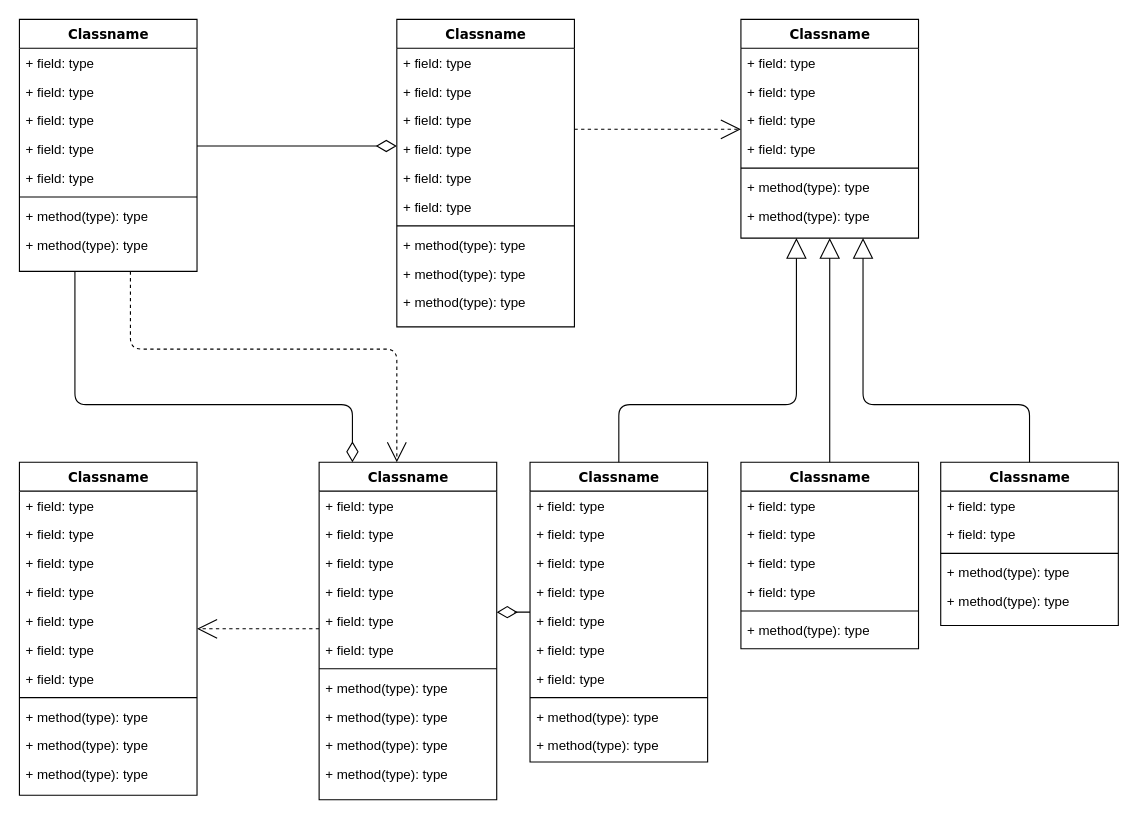
affan002/ERD_lab keeps this draw.io diagram as oopproject.drawio. Above is the earlier version. Source tidied: cells renumbered, new cells numbered last; positions are measured from the earlier drawing's top-left corner, leaving out a move shared by most shapes. Both pictures are drawn from the tidied source at 111%, with x=0, y=0 at pixel (19, 19).
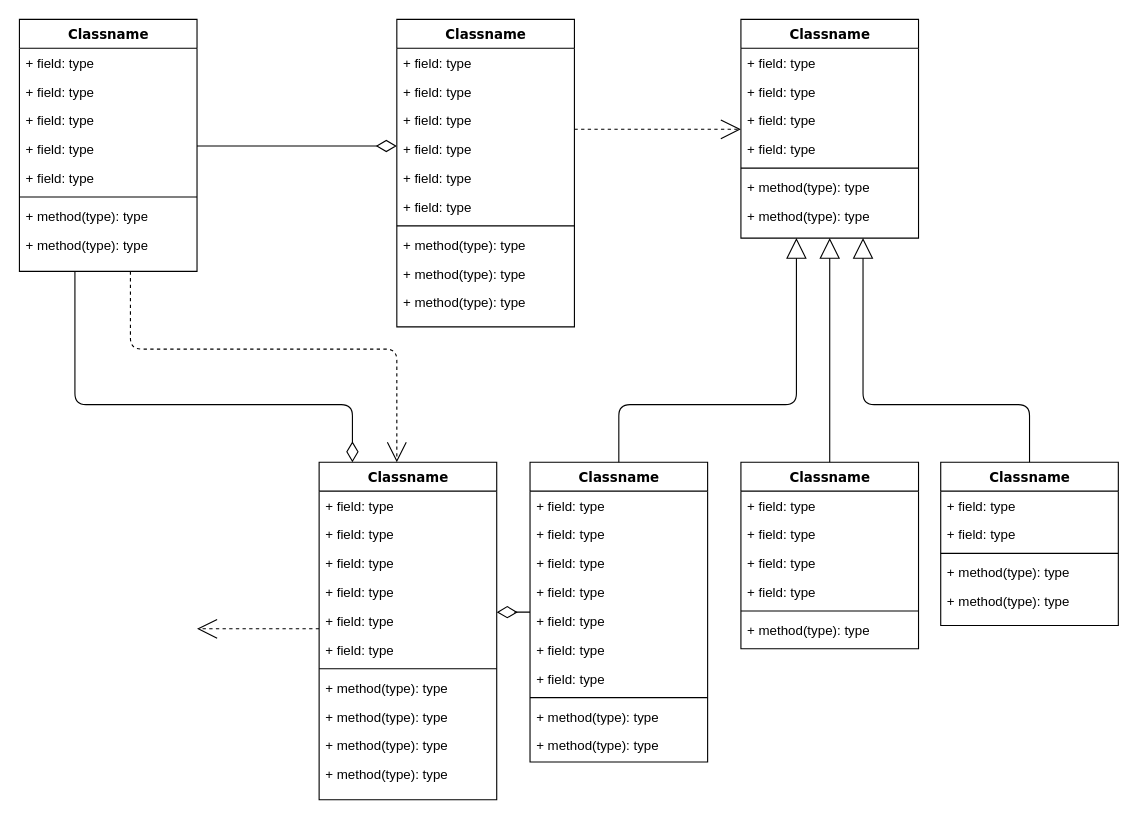
The same page after the edit.

The change refers to these unchanged cells:
```xml
<mxCell id="47" value="Classname" style="swimlane;html=1;fontStyle=1;align=center;verticalAlign=top;horizontal=1;startSize=26;swimlaneFillColor=#ffffff;rounded=0;shadow=0;comic=0;labelBackgroundColor=none;strokeWidth=1;fillColor=none;fontFamily=Verdana;fontSize=12;" parent="1" vertex="1">
  <mxGeometry x="270" y="399" width="160" height="304" as="geometry" />
</mxCell>
```

What changed in the source:
```diff
@@
-    <mxCell id="33" style="edgeStyle=elbowEdgeStyle;html=1;labelBackgroundColor=none;startFill=0;startSize=8;endArrow=open;endFill=0;endSize=16;fontFamily=Verdana;fontSize=12;elbow=vertical;dashed=1;" parent="1" edge="1" source="47" target="34">
-      <mxGeometry relative="1" as="geometry" />
+    <mxCell id="33" style="edgeStyle=elbowEdgeStyle;html=1;labelBackgroundColor=none;startFill=0;startSize=8;endArrow=open;endFill=0;endSize=16;fontFamily=Verdana;fontSize=12;elbow=vertical;dashed=1;" parent="1" edge="1" source="47">
+      <mxGeometry relative="1" as="geometry">
+        <mxPoint x="160" y="549" as="targetPoint" />
+      </mxGeometry>
     </mxCell>
-    <mxCell id="34" value="Classname" style="swimlane;html=1;fontStyle=1;align=center;verticalAlign=top;horizontal=1;startSize=26;swimlaneFillColor=#ffffff;rounded=0;shadow=0;comic=0;labelBackgroundColor=none;strokeWidth=1;fillColor=none;fontFamily=Verdana;fontSize=12;" parent="1" vertex="1">
-      <mxGeometry y="399" width="160" height="300" as="geometry" />
-    </mxCell>
-    <mxCell id="35" value="+ field: type" style="text;html=1;strokeColor=none;fillColor=none;align=left;verticalAlign=top;spacingLeft=4;spacingRight=4;whiteSpace=wrap;overflow=hidden;" parent="34" vertex="1">
-      <mxGeometry y="26" width="160" height="26" as="geometry" />
-    </mxCell>
-    <mxCell id="36" value="+ field: type" style="text;html=1;strokeColor=none;fillColor=none;align=left;verticalAlign=top;spacingLeft=4;spacingRight=4;whiteSpace=wrap;overflow=hidden;" parent="34" vertex="1">
-      <mxGeometry y="52" width="160" height="26" as="geometry" />
-    </mxCell>
-    <mxCell id="37" value="+ field: type" style="text;html=1;strokeColor=none;fillColor=none;align=left;verticalAlign=top;spacingLeft=4;spacingRight=4;whiteSpace=wrap;overflow=hidden;" parent="34" vertex="1">
-      <mxGeometry y="78" width="160" height="26" as="geometry" />
-    </mxCell>
-    <mxCell id="38" value="+ field: type" style="text;html=1;strokeColor=none;fillColor=none;align=left;verticalAlign=top;spacingLeft=4;spacingRight=4;whiteSpace=wrap;overflow=hidden;" parent="34" vertex="1">
-      <mxGeometry y="104" width="160" height="26" as="geometry" />
-    </mxCell>
-    <mxCell id="39" value="+ field: type" style="text;html=1;strokeColor=none;fillColor=none;align=left;verticalAlign=top;spacingLeft=4;spacingRight=4;whiteSpace=wrap;overflow=hidden;" parent="34" vertex="1">
-      <mxGeometry y="130" width="160" height="26" as="geometry" />
-    </mxCell>
-    <mxCell id="40" value="+ field: type" style="text;html=1;strokeColor=none;fillColor=none;align=left;verticalAlign=top;spacingLeft=4;spacingRight=4;whiteSpace=wrap;overflow=hidden;" parent="34" vertex="1">
-      <mxGeometry y="156" width="160" height="26" as="geometry" />
-    </mxCell>
-    <mxCell id="41" value="+ field: type" style="text;html=1;strokeColor=none;fillColor=none;align=left;verticalAlign=top;spacingLeft=4;spacingRight=4;whiteSpace=wrap;overflow=hidden;" parent="34" vertex="1">
-      <mxGeometry y="182" width="160" height="26" as="geometry" />
-    </mxCell>
-    <mxCell id="42" style="line;html=1;strokeWidth=1;fillColor=none;align=left;verticalAlign=middle;spacingTop=-1;spacingLeft=3;spacingRight=3;labelPosition=right;" parent="34" vertex="1">
-      <mxGeometry y="208" width="160" height="8" as="geometry" />
-    </mxCell>
-    <mxCell id="43" value="+ method(type): type" style="text;html=1;strokeColor=none;fillColor=none;align=left;verticalAlign=top;spacingLeft=4;spacingRight=4;whiteSpace=wrap;overflow=hidden;" parent="34" vertex="1">
-      <mxGeometry y="216" width="160" height="26" as="geometry" />
-    </mxCell>
-    <mxCell id="44" value="+ method(type): type" style="text;html=1;strokeColor=none;fillColor=none;align=left;verticalAlign=top;spacingLeft=4;spacingRight=4;whiteSpace=wrap;overflow=hidden;" parent="34" vertex="1">
-      <mxGeometry y="242" width="160" height="26" as="geometry" />
-    </mxCell>
-    <mxCell id="45" value="+ method(type): type" style="text;html=1;strokeColor=none;fillColor=none;align=left;verticalAlign=top;spacingLeft=4;spacingRight=4;whiteSpace=wrap;overflow=hidden;" parent="34" vertex="1">
-      <mxGeometry y="268" width="160" height="26" as="geometry" />
-    </mxCell>
```
